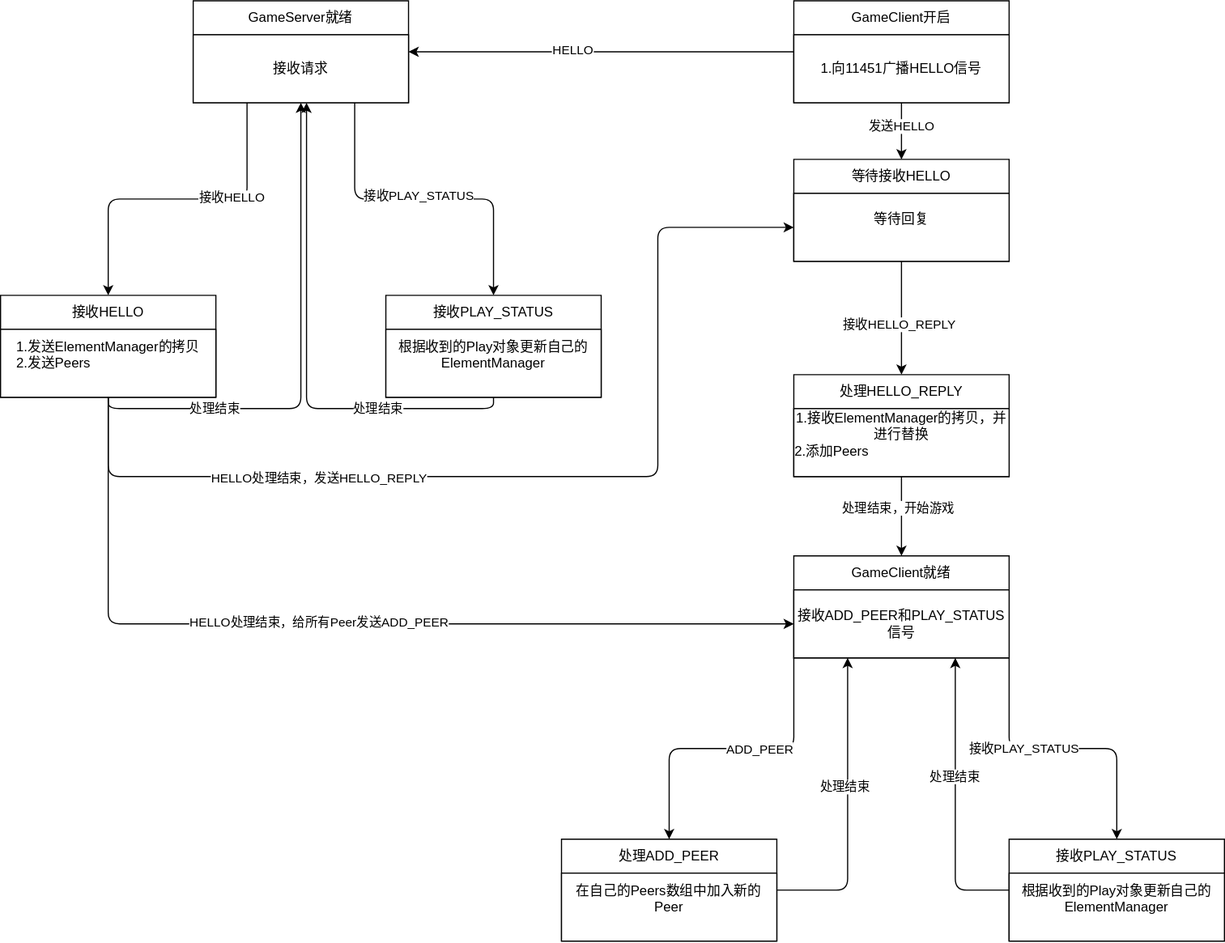
Before: res/Web模块状态机.drawio.svg, a diagram exported from draw.io (ZishuNing/TankWar-Scnu). Source tidied: cells renumbered, new cells last; positions are measured from the earlier drawing's top-left corner, leaving out a move shared by most shapes.
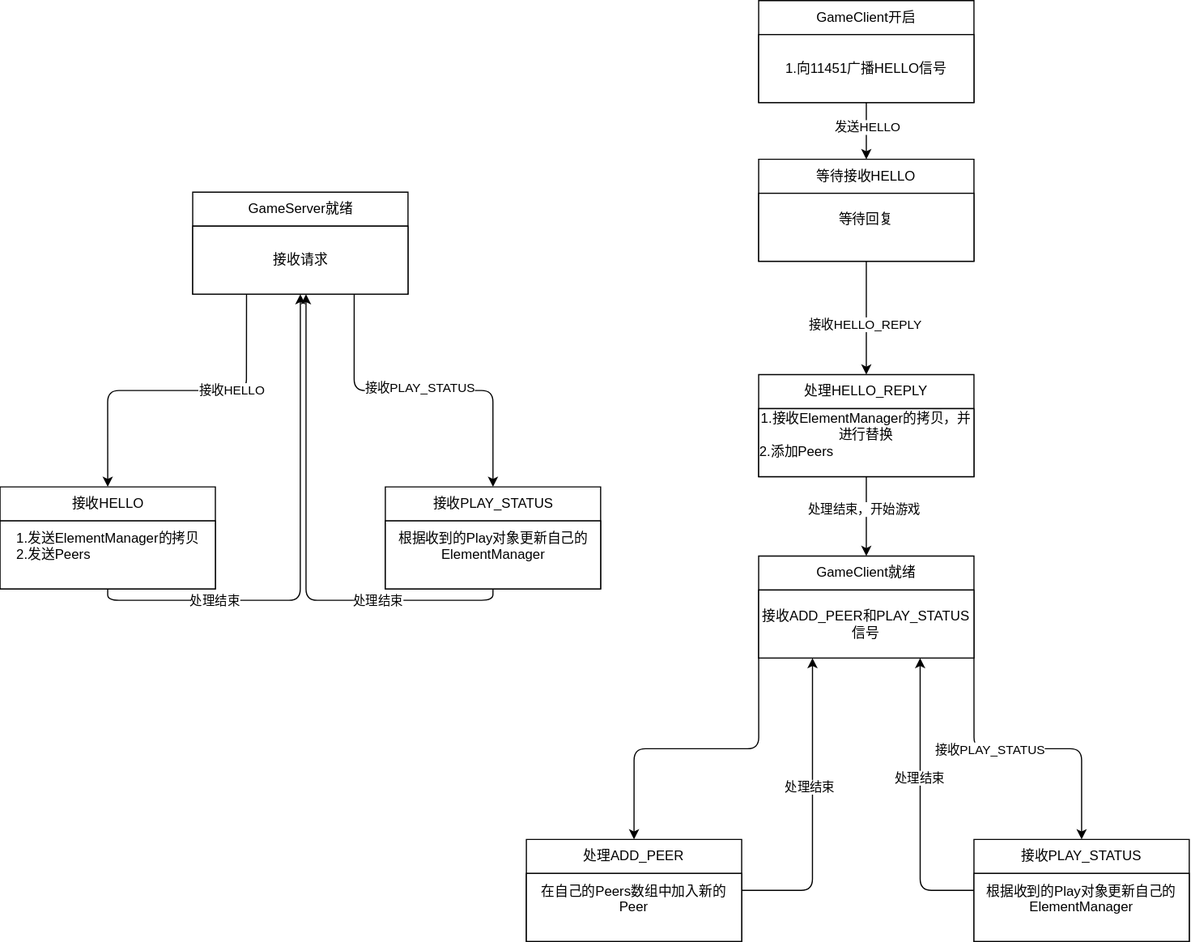
The same file after the commit.

What changed in the source:
```diff
@@ -3,25 +3,13 @@
     <mxCell id="0" />
     <mxCell id="1" parent="0" />
     <mxCell id="2" value="GameServer就绪" style="swimlane;fontStyle=0;horizontal=1;startSize=30;whiteSpace=wrap;html=1;" parent="1" vertex="1">
-      <mxGeometry x="170" width="190" height="90" as="geometry" />
+      <mxGeometry x="200.5" y="169" width="190" height="90" as="geometry" />
     </mxCell>
     <mxCell id="3" value="接收请求" style="rounded=0;whiteSpace=wrap;html=1;" parent="2" vertex="1">
       <mxGeometry y="30" width="190" height="60" as="geometry" />
     </mxCell>
-    <mxCell id="4" style="edgeStyle=orthogonalEdgeStyle;html=1;exitX=0.5;exitY=1;exitDx=0;exitDy=0;entryX=0;entryY=0.5;entryDx=0;entryDy=0;" parent="1" edge="1" source="6" target="29">
-      <mxGeometry relative="1" as="geometry">
-        <Array as="points">
-          <mxPoint x="95" y="420" />
-          <mxPoint x="580" y="420" />
-          <mxPoint x="580" y="200" />
-        </Array>
-      </mxGeometry>
-    </mxCell>
-    <mxCell id="5" value="HELLO处理结束，发送HELLO_REPLY" style="edgeLabel;html=1;align=center;verticalAlign=middle;" parent="4" vertex="1">
-      <mxGeometry x="-0.43" y="-2" relative="1" as="geometry" />
-    </mxCell>
     <mxCell id="6" value="接收HELLO" style="swimlane;fontStyle=0;horizontal=1;startSize=30;whiteSpace=wrap;html=1;" parent="1" vertex="1">
-      <mxGeometry y="260" width="190" height="90" as="geometry" />
+      <mxGeometry x="30.5" y="429" width="190" height="90" as="geometry" />
     </mxCell>
     <mxCell id="7" value="1.发送ElementManager的拷贝&lt;br&gt;&lt;div style=&quot;text-align: left;&quot;&gt;&lt;span style=&quot;background-color: initial;&quot;&gt;2.发送Peers&lt;/span&gt;&lt;/div&gt;&lt;div style=&quot;text-align: left;&quot;&gt;&lt;br&gt;&lt;/div&gt;" style="rounded=0;whiteSpace=wrap;html=1;" parent="6" vertex="1">
       <mxGeometry y="30" width="190" height="60" as="geometry" />
@@ -34,14 +22,14 @@
     </mxCell>
     <mxCell id="10" style="edgeStyle=orthogonalEdgeStyle;html=1;exitX=0.5;exitY=1;exitDx=0;exitDy=0;" parent="1" edge="1" source="12">
       <mxGeometry relative="1" as="geometry">
-        <mxPoint x="270" y="90" as="targetPoint" />
+        <mxPoint x="300.5" y="259" as="targetPoint" />
       </mxGeometry>
     </mxCell>
     <mxCell id="11" value="处理结束" style="edgeLabel;html=1;align=center;verticalAlign=middle;" parent="10" vertex="1">
       <mxGeometry x="-0.5" relative="1" as="geometry" />
     </mxCell>
     <mxCell id="12" value="接收PLAY_STATUS" style="swimlane;fontStyle=0;horizontal=1;startSize=30;whiteSpace=wrap;html=1;" parent="1" vertex="1">
-      <mxGeometry x="340" y="260" width="190" height="90" as="geometry" />
+      <mxGeometry x="370.5" y="429" width="190" height="90" as="geometry" />
     </mxCell>
     <mxCell id="13" value="根据收到的Play对象更新自己的ElementManager&lt;br&gt;&lt;div style=&quot;text-align: left;&quot;&gt;&lt;br&gt;&lt;/div&gt;" style="rounded=0;whiteSpace=wrap;html=1;" parent="12" vertex="1">
       <mxGeometry y="30" width="190" height="60" as="geometry" />
@@ -66,12 +54,6 @@
     <mxCell id="19" value="1.向11451广播HELLO信号&lt;br&gt;" style="rounded=0;whiteSpace=wrap;html=1;" parent="18" vertex="1">
       <mxGeometry y="30" width="190" height="60" as="geometry" />
     </mxCell>
-    <mxCell id="20" style="edgeStyle=orthogonalEdgeStyle;html=1;exitX=0;exitY=0.25;exitDx=0;exitDy=0;entryX=1;entryY=0.5;entryDx=0;entryDy=0;" parent="1" edge="1" source="19" target="2">
-      <mxGeometry relative="1" as="geometry" />
-    </mxCell>
-    <mxCell id="21" value="HELLO" style="edgeLabel;html=1;align=center;verticalAlign=middle;" parent="20" vertex="1">
-      <mxGeometry x="0.15" y="-1" relative="1" as="geometry" />
-    </mxCell>
     <mxCell id="22" style="edgeStyle=orthogonalEdgeStyle;html=1;exitX=0.5;exitY=1;exitDx=0;exitDy=0;" parent="1" edge="1" source="24" target="34">
       <mxGeometry relative="1" as="geometry" />
     </mxCell>
@@ -107,21 +89,12 @@
         <mxPoint x="590" y="740" as="targetPoint" />
       </mxGeometry>
     </mxCell>
-    <mxCell id="33" value="ADD_PEER" style="edgeLabel;html=1;align=center;verticalAlign=middle;" parent="32" vertex="1">
-      <mxGeometry x="-0.18" y="1" relative="1" as="geometry" />
-    </mxCell>
     <mxCell id="34" value="GameClient就绪" style="swimlane;fontStyle=0;horizontal=1;startSize=30;whiteSpace=wrap;html=1;" parent="1" vertex="1">
       <mxGeometry x="700" y="490" width="190" height="90" as="geometry" />
     </mxCell>
     <mxCell id="35" value="接收ADD_PEER和PLAY_STATUS信号" style="rounded=0;whiteSpace=wrap;html=1;" parent="34" vertex="1">
       <mxGeometry y="30" width="190" height="60" as="geometry" />
     </mxCell>
-    <mxCell id="36" style="edgeStyle=orthogonalEdgeStyle;html=1;exitX=0.5;exitY=1;exitDx=0;exitDy=0;entryX=0;entryY=0.5;entryDx=0;entryDy=0;" parent="1" edge="1" source="7" target="35">
-      <mxGeometry relative="1" as="geometry" />
-    </mxCell>
-    <mxCell id="37" value="HELLO处理结束，给所有Peer发送ADD_PEER" style="edgeLabel;html=1;align=center;verticalAlign=middle;" parent="36" vertex="1">
-      <mxGeometry x="-0.04" y="1" relative="1" as="geometry" />
-    </mxCell>
     <mxCell id="38" value="处理ADD_PEER" style="swimlane;fontStyle=0;horizontal=1;startSize=30;whiteSpace=wrap;html=1;" parent="1" vertex="1">
       <mxGeometry x="495" y="740" width="190" height="90" as="geometry" />
     </mxCell>
```
